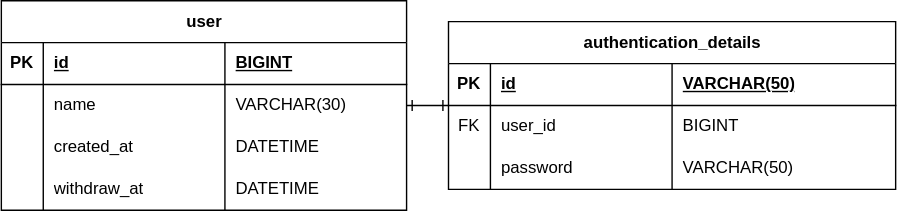
Above: docs/erd.svg in Jeongyounghyeon/expandable-application (draw.io), before the change. Source tidied: cells renumbered, new cells last; positions are measured from the earlier drawing's top-left corner, leaving out a move shared by most shapes.
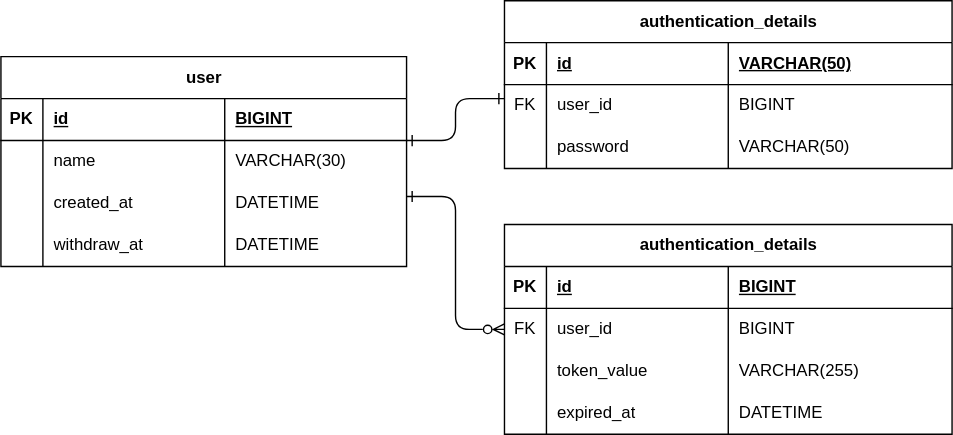
The same diagram one commit later.

Commit message:
docs: erd refresh_token 테이블 추가

What changed in the source:
```diff
@@ -2,8 +2,8 @@
   <root>
     <mxCell id="0" />
     <mxCell id="1" parent="0" />
-    <mxCell id="2" value="authentication_details" style="shape=table;startSize=30;rowLines=0;fontStyle=1;align=center;html=1;" parent="1" vertex="1">
-      <mxGeometry x="320" y="15" width="320" height="120" as="geometry" />
+    <mxCell id="2" value="authentication_details" style="shape=table;startSize=30;rowLines=0;fontStyle=1;align=center;html=1;swimlaneFillColor=none;" parent="1" vertex="1">
+      <mxGeometry x="360" y="-40" width="320" height="120" as="geometry" />
     </mxCell>
     <mxCell id="3" style="shape=tableRow;horizontal=0;startSize=0;swimlaneHead=0;swimlaneBody=0;fillColor=none;top=0;left=0;right=0;bottom=1;" parent="2" vertex="1">
       <mxGeometry y="30" width="320" height="30" as="geometry" />
@@ -41,9 +41,22 @@
     <mxCell id="14" value="VARCHAR(50)" style="shape=partialRectangle;fillColor=none;top=0;left=0;bottom=0;right=0;align=left;spacingLeft=6;overflow=hidden;whiteSpace=wrap;html=1;" parent="11" vertex="1">
       <mxGeometry x="160" width="160" height="30" as="geometry" />
     </mxCell>
-    <mxCell id="15" style="edgeStyle=orthogonalEdgeStyle;rounded=0;jettySize=auto;html=1;endArrow=ERone;endFill=0;startArrow=ERone;startFill=0;" parent="1" edge="1" source="16" target="2">
-      <mxGeometry relative="1" as="geometry" />
+    <mxCell id="15" style="edgeStyle=orthogonalEdgeStyle;rounded=1;jettySize=auto;html=1;endArrow=ERone;endFill=0;startArrow=ERone;startFill=0;curved=0;" parent="1" edge="1" source="16" target="2">
+      <mxGeometry relative="1" as="geometry">
+        <Array as="points">
+          <mxPoint x="325" y="60" />
+          <mxPoint x="325" y="30" />
+        </Array>
+      </mxGeometry>
     </mxCell>
+    <mxCell id="33" style="edgeStyle=orthogonalEdgeStyle;rounded=1;jettySize=auto;html=1;endArrow=ERzeroToMany;startFill=0;curved=0;startArrow=ERone;endFill=0;" parent="1" edge="1" source="16" target="34">
+      <mxGeometry relative="1" as="geometry">
+        <Array as="points">
+          <mxPoint x="325" y="100" />
+          <mxPoint x="325" y="195" />
+        </Array>
+      </mxGeometry>
+    </mxCell>
     <mxCell id="16" value="user" style="shape=table;startSize=30;rowLines=0;fontStyle=1;align=center;html=1;" parent="1" vertex="1">
       <mxGeometry width="290" height="150" as="geometry" />
     </mxCell>
@@ -95,5 +108,56 @@
     <mxCell id="32" value="DATETIME" style="shape=partialRectangle;fillColor=none;top=0;left=0;bottom=0;right=0;align=left;spacingLeft=6;overflow=hidden;whiteSpace=wrap;html=1;" parent="29" vertex="1">
       <mxGeometry x="160" width="130" height="30" as="geometry" />
     </mxCell>
+    <mxCell id="34" value="authentication_details" style="shape=table;startSize=30;rowLines=0;fontStyle=1;align=center;html=1;swimlaneFillColor=none;" parent="1" vertex="1">
+      <mxGeometry x="360" y="120" width="320" height="150" as="geometry" />
+    </mxCell>
+    <mxCell id="35" style="shape=tableRow;horizontal=0;startSize=0;swimlaneHead=0;swimlaneBody=0;fillColor=none;top=0;left=0;right=0;bottom=1;" parent="34" vertex="1">
+      <mxGeometry y="30" width="320" height="30" as="geometry" />
+    </mxCell>
+    <mxCell id="36" value="PK" style="shape=partialRectangle;fillColor=none;top=0;left=0;bottom=0;right=0;fontStyle=1;overflow=hidden;whiteSpace=wrap;html=1;" parent="35" vertex="1">
+      <mxGeometry width="30" height="30" as="geometry" />
+    </mxCell>
+    <mxCell id="37" value="id" style="shape=partialRectangle;fillColor=none;top=0;left=0;bottom=0;right=0;align=left;spacingLeft=6;fontStyle=5;overflow=hidden;whiteSpace=wrap;html=1;" parent="35" vertex="1">
+      <mxGeometry x="30" width="130" height="30" as="geometry" />
+    </mxCell>
+    <mxCell id="38" value="BIGINT" style="shape=partialRectangle;fillColor=none;top=0;left=0;bottom=0;right=0;align=left;spacingLeft=6;fontStyle=5;overflow=hidden;whiteSpace=wrap;html=1;" parent="35" vertex="1">
+      <mxGeometry x="160" width="160" height="30" as="geometry" />
+    </mxCell>
+    <mxCell id="39" style="shape=tableRow;horizontal=0;startSize=0;swimlaneHead=0;swimlaneBody=0;fillColor=none;top=0;left=0;right=0;bottom=0;" parent="34" vertex="1">
+      <mxGeometry y="60" width="320" height="30" as="geometry" />
+    </mxCell>
+    <mxCell id="40" value="FK" style="shape=partialRectangle;fillColor=none;top=0;left=0;bottom=0;right=0;overflow=hidden;whiteSpace=wrap;html=1;" parent="39" vertex="1">
+      <mxGeometry width="30" height="30" as="geometry" />
+    </mxCell>
+    <mxCell id="41" value="user_id" style="shape=partialRectangle;fillColor=none;top=0;left=0;bottom=0;right=0;align=left;spacingLeft=6;overflow=hidden;whiteSpace=wrap;html=1;" parent="39" vertex="1">
+      <mxGeometry x="30" width="130" height="30" as="geometry" />
+    </mxCell>
+    <mxCell id="42" value="BIGINT" style="shape=partialRectangle;fillColor=none;top=0;left=0;bottom=0;right=0;align=left;spacingLeft=6;overflow=hidden;whiteSpace=wrap;html=1;" parent="39" vertex="1">
+      <mxGeometry x="160" width="160" height="30" as="geometry" />
+    </mxCell>
+    <mxCell id="43" style="shape=tableRow;horizontal=0;startSize=0;swimlaneHead=0;swimlaneBody=0;fillColor=none;top=0;left=0;right=0;bottom=0;" parent="34" vertex="1">
+      <mxGeometry y="90" width="320" height="30" as="geometry" />
+    </mxCell>
+    <mxCell id="44" style="shape=partialRectangle;fillColor=none;top=0;left=0;bottom=0;right=0;overflow=hidden;whiteSpace=wrap;html=1;" parent="43" vertex="1">
+      <mxGeometry width="30" height="30" as="geometry" />
+    </mxCell>
+    <mxCell id="45" value="token_value" style="shape=partialRectangle;fillColor=none;top=0;left=0;bottom=0;right=0;align=left;spacingLeft=6;overflow=hidden;whiteSpace=wrap;html=1;" parent="43" vertex="1">
+      <mxGeometry x="30" width="130" height="30" as="geometry" />
+    </mxCell>
+    <mxCell id="46" value="VARCHAR(255)" style="shape=partialRectangle;fillColor=none;top=0;left=0;bottom=0;right=0;align=left;spacingLeft=6;overflow=hidden;whiteSpace=wrap;html=1;" parent="43" vertex="1">
+      <mxGeometry x="160" width="160" height="30" as="geometry" />
+    </mxCell>
+    <mxCell id="47" style="shape=tableRow;horizontal=0;startSize=0;swimlaneHead=0;swimlaneBody=0;fillColor=none;top=0;left=0;right=0;bottom=0;" parent="34" vertex="1">
+      <mxGeometry y="120" width="320" height="30" as="geometry" />
+    </mxCell>
+    <mxCell id="48" style="shape=partialRectangle;fillColor=none;top=0;left=0;bottom=0;right=0;overflow=hidden;whiteSpace=wrap;html=1;" parent="47" vertex="1">
+      <mxGeometry width="30" height="30" as="geometry" />
+    </mxCell>
+    <mxCell id="49" value="expired_at" style="shape=partialRectangle;fillColor=none;top=0;left=0;bottom=0;right=0;align=left;spacingLeft=6;overflow=hidden;whiteSpace=wrap;html=1;" parent="47" vertex="1">
+      <mxGeometry x="30" width="130" height="30" as="geometry" />
+    </mxCell>
+    <mxCell id="50" value="DATETIME" style="shape=partialRectangle;fillColor=none;top=0;left=0;bottom=0;right=0;align=left;spacingLeft=6;overflow=hidden;whiteSpace=wrap;html=1;" parent="47" vertex="1">
+      <mxGeometry x="160" width="160" height="30" as="geometry" />
+    </mxCell>
   </root>
 </mxGraphModel>
```
